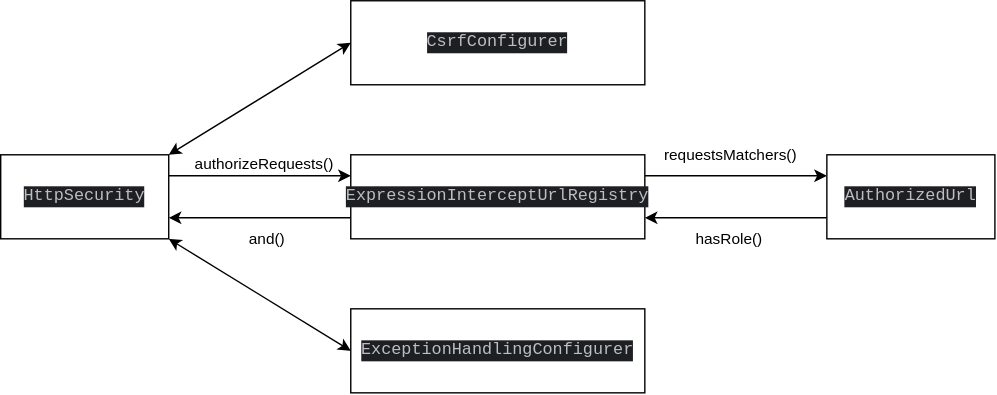
Boiarshinov/fluent-api-demo keeps this draw.io diagram as security-demo/schema.drawio.svg. Above is the earlier version. Source tidied: cells renumbered, new cells last; positions are measured from the earlier drawing's top-left corner, leaving out a move shared by most shapes.
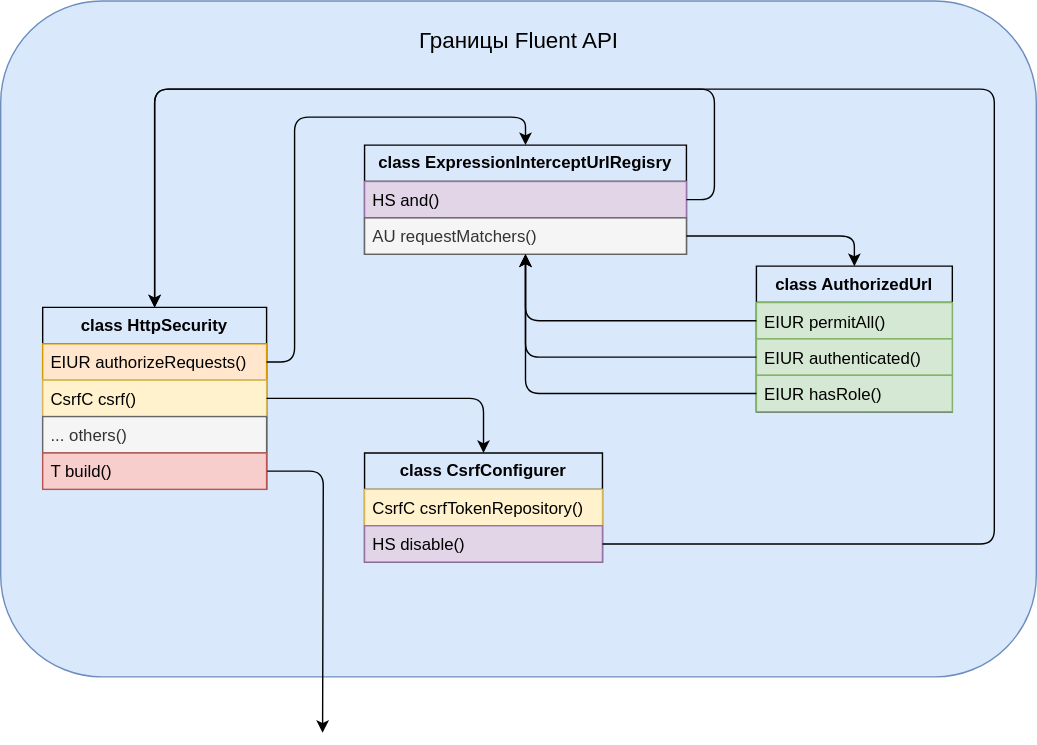
Above is the later version.

Change to the diagram source:
```diff
@@ -2,58 +2,103 @@
   <root>
     <mxCell id="0" />
     <mxCell id="1" parent="0" />
-    <mxCell id="2" style="rounded=0;jettySize=auto;html=1;exitX=0;exitY=0.75;exitDx=0;exitDy=0;entryX=1;entryY=0.75;entryDx=0;entryDy=0;" parent="1" edge="1" source="6" target="11">
-      <mxGeometry relative="1" as="geometry" />
-    </mxCell>
-    <mxCell id="3" value="and()" style="edgeLabel;html=1;align=center;verticalAlign=middle;" parent="2" vertex="1">
-      <mxGeometry x="-0.35" y="2" relative="1" as="geometry">
-        <mxPoint x="-18" y="13" as="offset" />
-      </mxGeometry>
-    </mxCell>
-    <mxCell id="4" style="edgeStyle=orthogonalEdgeStyle;rounded=0;jettySize=auto;html=1;exitX=1;exitY=0.25;exitDx=0;exitDy=0;entryX=0;entryY=0.25;entryDx=0;entryDy=0;" parent="1" edge="1" source="6" target="14">
-      <mxGeometry relative="1" as="geometry" />
-    </mxCell>
-    <mxCell id="5" value="requestsMatchers()" style="edgeLabel;html=1;align=center;verticalAlign=middle;" parent="4" vertex="1">
-      <mxGeometry x="-0.15" y="1" relative="1" as="geometry">
-        <mxPoint x="5" y="-14" as="offset" />
-      </mxGeometry>
-    </mxCell>
-    <mxCell id="6" value="&lt;div style=&quot;background-color:#1e1f22;color:#bcbec4&quot;&gt;&lt;pre style=&quot;font-family:'JetBrains Mono',monospace;font-size:9,8pt;&quot;&gt;ExpressionInterceptUrlRegistry&lt;/pre&gt;&lt;/div&gt;" style="rounded=0;whiteSpace=wrap;html=1;" parent="1" vertex="1">
-      <mxGeometry x="250" y="110" width="210" height="60" as="geometry" />
-    </mxCell>
-    <mxCell id="7" style="rounded=0;jettySize=auto;html=1;exitX=1;exitY=0.25;exitDx=0;exitDy=0;entryX=0;entryY=0.25;entryDx=0;entryDy=0;startArrow=none;startFill=0;" parent="1" edge="1" source="11" target="6">
-      <mxGeometry relative="1" as="geometry" />
-    </mxCell>
-    <mxCell id="8" value="authorizeRequests()" style="edgeLabel;html=1;align=center;verticalAlign=middle;" parent="7" vertex="1">
-      <mxGeometry x="0.21" y="-3" relative="1" as="geometry">
-        <mxPoint x="-11" y="-11" as="offset" />
-      </mxGeometry>
-    </mxCell>
-    <mxCell id="9" style="rounded=0;jettySize=auto;html=1;exitX=1;exitY=0;exitDx=0;exitDy=0;entryX=0;entryY=0.5;entryDx=0;entryDy=0;startArrow=classic;startFill=1;" parent="1" edge="1" source="11" target="15">
-      <mxGeometry relative="1" as="geometry" />
-    </mxCell>
-    <mxCell id="10" style="rounded=0;jettySize=auto;html=1;exitX=1;exitY=1;exitDx=0;exitDy=0;entryX=0;entryY=0.5;entryDx=0;entryDy=0;startArrow=classic;startFill=1;" parent="1" edge="1" source="11" target="16">
-      <mxGeometry relative="1" as="geometry" />
-    </mxCell>
-    <mxCell id="11" value="&lt;div style=&quot;background-color:#1e1f22;color:#bcbec4&quot;&gt;&lt;pre style=&quot;font-family:'JetBrains Mono',monospace;font-size:9,8pt;&quot;&gt;HttpSecurity&lt;/pre&gt;&lt;/div&gt;" style="rounded=0;whiteSpace=wrap;html=1;" parent="1" vertex="1">
-      <mxGeometry y="110" width="120" height="60" as="geometry" />
-    </mxCell>
-    <mxCell id="12" style="edgeStyle=orthogonalEdgeStyle;rounded=0;jettySize=auto;html=1;exitX=0;exitY=0.75;exitDx=0;exitDy=0;entryX=1;entryY=0.75;entryDx=0;entryDy=0;" parent="1" edge="1" source="14" target="6">
-      <mxGeometry relative="1" as="geometry" />
-    </mxCell>
-    <mxCell id="13" value="hasRole()" style="edgeLabel;html=1;align=center;verticalAlign=middle;" parent="12" vertex="1">
-      <mxGeometry x="0.14" y="2" relative="1" as="geometry">
-        <mxPoint x="4" y="13" as="offset" />
-      </mxGeometry>
-    </mxCell>
-    <mxCell id="14" value="&lt;div style=&quot;background-color:#1e1f22;color:#bcbec4&quot;&gt;&lt;pre style=&quot;font-family:'JetBrains Mono',monospace;font-size:9,8pt;&quot;&gt;AuthorizedUrl&lt;/pre&gt;&lt;/div&gt;" style="rounded=0;whiteSpace=wrap;html=1;" parent="1" vertex="1">
-      <mxGeometry x="590" y="110" width="120" height="60" as="geometry" />
-    </mxCell>
-    <mxCell id="15" value="&lt;div style=&quot;background-color:#1e1f22;color:#bcbec4&quot;&gt;&lt;pre style=&quot;font-family:'JetBrains Mono',monospace;font-size:9,8pt;&quot;&gt;&lt;div&gt;&lt;pre style=&quot;font-family:'JetBrains Mono',monospace;font-size:9,8pt;&quot;&gt;CsrfConfigurer&lt;/pre&gt;&lt;/div&gt;&lt;/pre&gt;&lt;/div&gt;" style="rounded=0;whiteSpace=wrap;html=1;" parent="1" vertex="1">
-      <mxGeometry x="250" width="210" height="60" as="geometry" />
-    </mxCell>
-    <mxCell id="16" value="&lt;div style=&quot;background-color:#1e1f22;color:#bcbec4&quot;&gt;&lt;pre style=&quot;font-family:'JetBrains Mono',monospace;font-size:9,8pt;&quot;&gt;ExceptionHandlingConfigurer&lt;/pre&gt;&lt;/div&gt;" style="rounded=0;whiteSpace=wrap;html=1;" parent="1" vertex="1">
-      <mxGeometry x="250" y="220" width="210" height="60" as="geometry" />
-    </mxCell>
+    <mxCell id="17" style="rounded=1;whiteSpace=wrap;html=1;fillColor=#dae8fc;strokeColor=#6c8ebf;" parent="1" vertex="1">
+      <mxGeometry x="130" y="317" width="740" height="483" as="geometry" />
+    </mxCell>
+    <mxCell id="18" value="class HttpSecurity" style="swimlane;fontStyle=1;horizontal=1;startSize=26;fillColor=none;whiteSpace=wrap;html=1;" parent="1" vertex="1">
+      <mxGeometry x="160" y="536" width="160" height="130" as="geometry" />
+    </mxCell>
+    <mxCell id="19" value="EIUR authorizeRequests()" style="text;strokeColor=#d79b00;fillColor=#ffe6cc;align=left;verticalAlign=top;spacingLeft=4;spacingRight=4;overflow=hidden;points=[[0,0.5],[1,0.5]];portConstraint=eastwest;whiteSpace=wrap;html=1;" parent="18" vertex="1">
+      <mxGeometry y="26" width="160" height="26" as="geometry" />
+    </mxCell>
+    <mxCell id="20" value="CsrfC csrf()" style="text;strokeColor=#d6b656;fillColor=#fff2cc;align=left;verticalAlign=top;spacingLeft=4;spacingRight=4;overflow=hidden;points=[[0,0.5],[1,0.5]];portConstraint=eastwest;whiteSpace=wrap;html=1;" parent="18" vertex="1">
+      <mxGeometry y="52" width="160" height="26" as="geometry" />
+    </mxCell>
+    <mxCell id="21" style="edgeStyle=orthogonalEdgeStyle;rounded=1;jettySize=auto;html=1;exitX=1;exitY=0.5;exitDx=0;exitDy=0;curved=0;" parent="18" edge="1" source="23">
+      <mxGeometry relative="1" as="geometry">
+        <mxPoint x="200" y="304" as="targetPoint" />
+      </mxGeometry>
+    </mxCell>
+    <mxCell id="22" value="... others()" style="text;align=left;verticalAlign=top;spacingLeft=4;spacingRight=4;overflow=hidden;whiteSpace=wrap;html=1;fillColor=#f5f5f5;fontColor=#333333;strokeColor=#666666;" parent="18" vertex="1">
+      <mxGeometry y="78" width="160" height="26" as="geometry" />
+    </mxCell>
+    <mxCell id="23" value="T build()" style="text;align=left;verticalAlign=top;spacingLeft=4;spacingRight=4;overflow=hidden;points=[[0,0.5],[1,0.5]];portConstraint=eastwest;whiteSpace=wrap;html=1;fillColor=#f8cecc;strokeColor=#b85450;" parent="18" vertex="1">
+      <mxGeometry y="104" width="160" height="26" as="geometry" />
+    </mxCell>
+    <mxCell id="24" value="class ExpressionInterceptUrlRegisry" style="swimlane;fontStyle=1;horizontal=1;startSize=26;fillColor=none;whiteSpace=wrap;html=1;" parent="1" vertex="1">
+      <mxGeometry x="390" y="420" width="230" height="78" as="geometry" />
+    </mxCell>
+    <mxCell id="25" value="HS and()" style="text;strokeColor=#9673a6;fillColor=#e1d5e7;align=left;verticalAlign=top;spacingLeft=4;spacingRight=4;overflow=hidden;points=[[0,0.5],[1,0.5]];portConstraint=eastwest;whiteSpace=wrap;html=1;" parent="24" vertex="1">
+      <mxGeometry y="26" width="230" height="26" as="geometry" />
+    </mxCell>
+    <mxCell id="26" value="AU requestMatchers()" style="text;strokeColor=#666666;fillColor=#f5f5f5;align=left;verticalAlign=top;spacingLeft=4;spacingRight=4;overflow=hidden;points=[[0,0.5],[1,0.5]];portConstraint=eastwest;whiteSpace=wrap;html=1;fontColor=#333333;" parent="24" vertex="1">
+      <mxGeometry y="52" width="230" height="26" as="geometry" />
+    </mxCell>
+    <mxCell id="27" style="edgeStyle=orthogonalEdgeStyle;rounded=1;jettySize=auto;html=1;exitX=1;exitY=0.5;exitDx=0;exitDy=0;curved=0;" parent="1" edge="1" source="20" target="34">
+      <mxGeometry relative="1" as="geometry" />
+    </mxCell>
+    <mxCell id="28" style="edgeStyle=orthogonalEdgeStyle;rounded=1;jettySize=auto;html=1;exitX=1;exitY=0.5;exitDx=0;exitDy=0;entryX=0.5;entryY=0;entryDx=0;entryDy=0;curved=0;" parent="1" edge="1" source="25" target="18">
+      <mxGeometry relative="1" as="geometry">
+        <Array as="points">
+          <mxPoint x="640" y="459" />
+          <mxPoint x="640" y="380" />
+          <mxPoint x="240" y="380" />
+        </Array>
+      </mxGeometry>
+    </mxCell>
+    <mxCell id="29" value="Границы Fluent API" style="text;html=1;strokeColor=none;fillColor=none;align=center;verticalAlign=middle;whiteSpace=wrap;rounded=0;fontSize=16;" parent="1" vertex="1">
+      <mxGeometry x="392.5" y="330" width="215" height="30" as="geometry" />
+    </mxCell>
+    <mxCell id="30" value="class AuthorizedUrl" style="swimlane;fontStyle=1;horizontal=1;startSize=26;fillColor=none;whiteSpace=wrap;html=1;" parent="1" vertex="1">
+      <mxGeometry x="670" y="506.5" width="140" height="104" as="geometry" />
+    </mxCell>
+    <mxCell id="31" value="EIUR permitAll()" style="text;strokeColor=#82b366;fillColor=#d5e8d4;align=left;verticalAlign=top;spacingLeft=4;spacingRight=4;overflow=hidden;points=[[0,0.5],[1,0.5]];portConstraint=eastwest;whiteSpace=wrap;html=1;" parent="30" vertex="1">
+      <mxGeometry y="26" width="140" height="26" as="geometry" />
+    </mxCell>
+    <mxCell id="32" value="EIUR authenticated()" style="text;strokeColor=#82b366;fillColor=#d5e8d4;align=left;verticalAlign=top;spacingLeft=4;spacingRight=4;overflow=hidden;points=[[0,0.5],[1,0.5]];portConstraint=eastwest;whiteSpace=wrap;html=1;" parent="30" vertex="1">
+      <mxGeometry y="52" width="140" height="26" as="geometry" />
+    </mxCell>
+    <mxCell id="33" value="EIUR hasRole()" style="text;strokeColor=#82b366;fillColor=#d5e8d4;align=left;verticalAlign=top;spacingLeft=4;spacingRight=4;overflow=hidden;points=[[0,0.5],[1,0.5]];portConstraint=eastwest;whiteSpace=wrap;html=1;" parent="30" vertex="1">
+      <mxGeometry y="78" width="140" height="26" as="geometry" />
+    </mxCell>
+    <mxCell id="34" value="class CsrfConfigurer" style="swimlane;fontStyle=1;horizontal=1;startSize=26;fillColor=none;whiteSpace=wrap;html=1;" parent="1" vertex="1">
+      <mxGeometry x="390" y="640" width="170" height="78" as="geometry" />
+    </mxCell>
+    <mxCell id="35" value="CsrfC csrfTokenRepository()" style="text;strokeColor=#d6b656;fillColor=#fff2cc;align=left;verticalAlign=top;spacingLeft=4;spacingRight=4;overflow=hidden;whiteSpace=wrap;html=1;" parent="34" vertex="1">
+      <mxGeometry y="26" width="170" height="26" as="geometry" />
+    </mxCell>
+    <mxCell id="36" value="HS disable()" style="text;strokeColor=#9673a6;fillColor=#e1d5e7;align=left;verticalAlign=top;spacingLeft=4;spacingRight=4;overflow=hidden;points=[[0,0.5],[1,0.5]];portConstraint=eastwest;whiteSpace=wrap;html=1;" parent="34" vertex="1">
+      <mxGeometry y="52" width="170" height="26" as="geometry" />
+    </mxCell>
+    <mxCell id="37" style="edgeStyle=orthogonalEdgeStyle;rounded=1;jettySize=auto;html=1;exitX=1;exitY=0.5;exitDx=0;exitDy=0;entryX=0.5;entryY=0;entryDx=0;entryDy=0;curved=0;" parent="1" edge="1" source="26" target="30">
+      <mxGeometry relative="1" as="geometry" />
+    </mxCell>
+    <mxCell id="38" style="edgeStyle=orthogonalEdgeStyle;rounded=1;jettySize=auto;html=1;exitX=0;exitY=0.5;exitDx=0;exitDy=0;curved=0;" parent="1" edge="1" source="31" target="24">
+      <mxGeometry relative="1" as="geometry" />
+    </mxCell>
+    <mxCell id="39" style="edgeStyle=orthogonalEdgeStyle;rounded=1;jettySize=auto;html=1;exitX=0;exitY=0.5;exitDx=0;exitDy=0;curved=0;" parent="1" edge="1" source="32" target="24">
+      <mxGeometry relative="1" as="geometry" />
+    </mxCell>
+    <mxCell id="40" style="edgeStyle=orthogonalEdgeStyle;rounded=1;jettySize=auto;html=1;exitX=0;exitY=0.5;exitDx=0;exitDy=0;curved=0;" parent="1" edge="1" source="33" target="24">
+      <mxGeometry relative="1" as="geometry" />
+    </mxCell>
+    <mxCell id="41" style="edgeStyle=orthogonalEdgeStyle;rounded=1;jettySize=auto;html=1;exitX=1;exitY=0.5;exitDx=0;exitDy=0;curved=0;" parent="1" edge="1" source="19" target="24">
+      <mxGeometry relative="1" as="geometry">
+        <Array as="points">
+          <mxPoint x="340" y="575" />
+          <mxPoint x="340" y="400" />
+          <mxPoint x="505" y="400" />
+        </Array>
+      </mxGeometry>
+    </mxCell>
+    <mxCell id="42" style="edgeStyle=orthogonalEdgeStyle;rounded=1;jettySize=auto;html=1;exitX=1;exitY=0.5;exitDx=0;exitDy=0;curved=0;" parent="1" edge="1" source="36" target="18">
+      <mxGeometry relative="1" as="geometry">
+        <Array as="points">
+          <mxPoint x="840" y="705" />
+          <mxPoint x="840" y="380" />
+          <mxPoint x="240" y="380" />
+        </Array>
+      </mxGeometry>
+    </mxCell>
   </root>
 </mxGraphModel>
```
